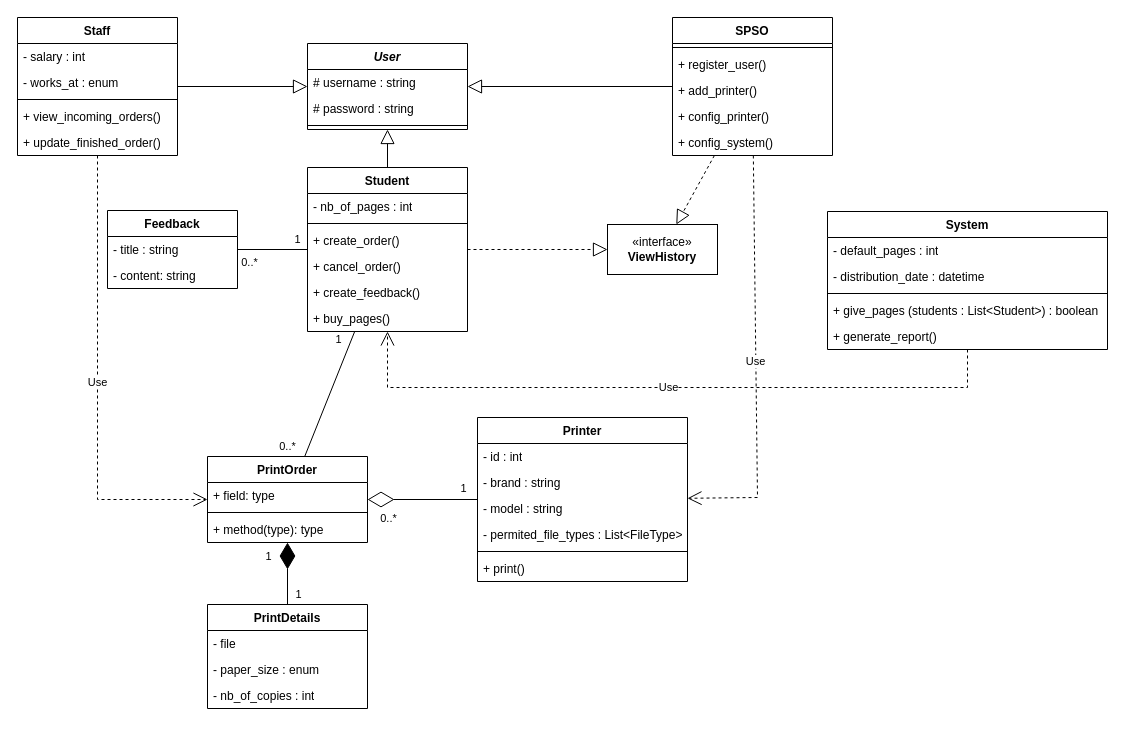
This is test-spss-class-diagram.drawio from blueonline07/auth-demo, a draw.io file, before an edit. Source tidied: cells renumbered, new cells numbered last; positions are measured from the earlier drawing's top-left corner, leaving out a move shared by most shapes. Both pictures are drawn from the tidied source at 100%, with x=0, y=0 at pixel (17, 17).
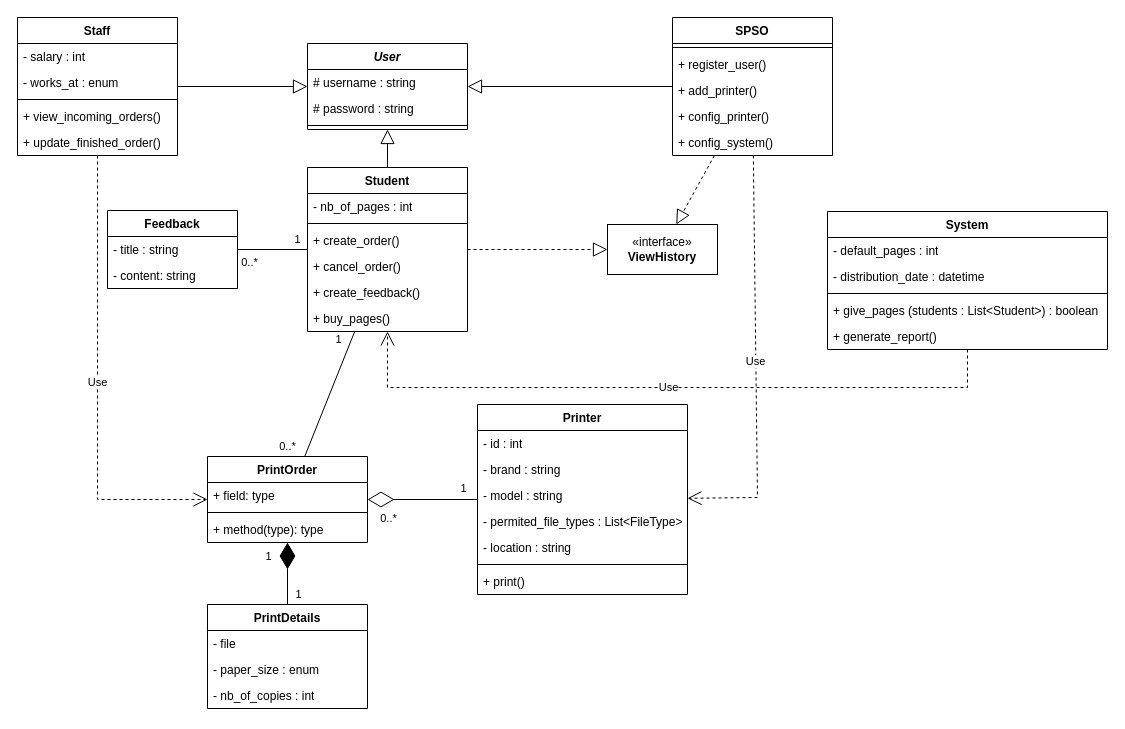
The same page after the edit.

Commit message:
Cập nhật test-spss-class-diagram.drawio

Diff of the diagram source:
```diff
@@
     <mxCell id="29" value="Printer" style="swimlane;fontStyle=1;align=center;verticalAlign=top;horizontal=1;startSize=26;whiteSpace=wrap;html=1;" parent="1" vertex="1">
-      <mxGeometry x="460" y="400" width="210" height="164" as="geometry" />
+      <mxGeometry x="460" y="387" width="210" height="190" as="geometry" />
     </mxCell>
@@
+    <mxCell id="70" value="- location : string" style="text;strokeColor=none;fillColor=none;align=left;verticalAlign=top;spacingLeft=4;spacingRight=4;overflow=hidden;whiteSpace=wrap;html=1;" parent="29" vertex="1">
+      <mxGeometry y="130" width="210" height="26" as="geometry" />
+    </mxCell>
     <mxCell id="34" style="line;strokeWidth=1;fillColor=none;align=left;verticalAlign=middle;spacingTop=-1;spacingLeft=3;spacingRight=3;labelPosition=right;strokeColor=inherit;" parent="29" vertex="1">
-      <mxGeometry y="130" width="210" height="8" as="geometry" />
+      <mxGeometry y="156" width="210" height="8" as="geometry" />
     </mxCell>
     <mxCell id="35" value="+ print()" style="text;strokeColor=none;fillColor=none;align=left;verticalAlign=top;spacingLeft=4;spacingRight=4;overflow=hidden;whiteSpace=wrap;html=1;" parent="29" vertex="1">
-      <mxGeometry y="138" width="210" height="26" as="geometry" />
+      <mxGeometry y="164" width="210" height="26" as="geometry" />
     </mxCell>
```
